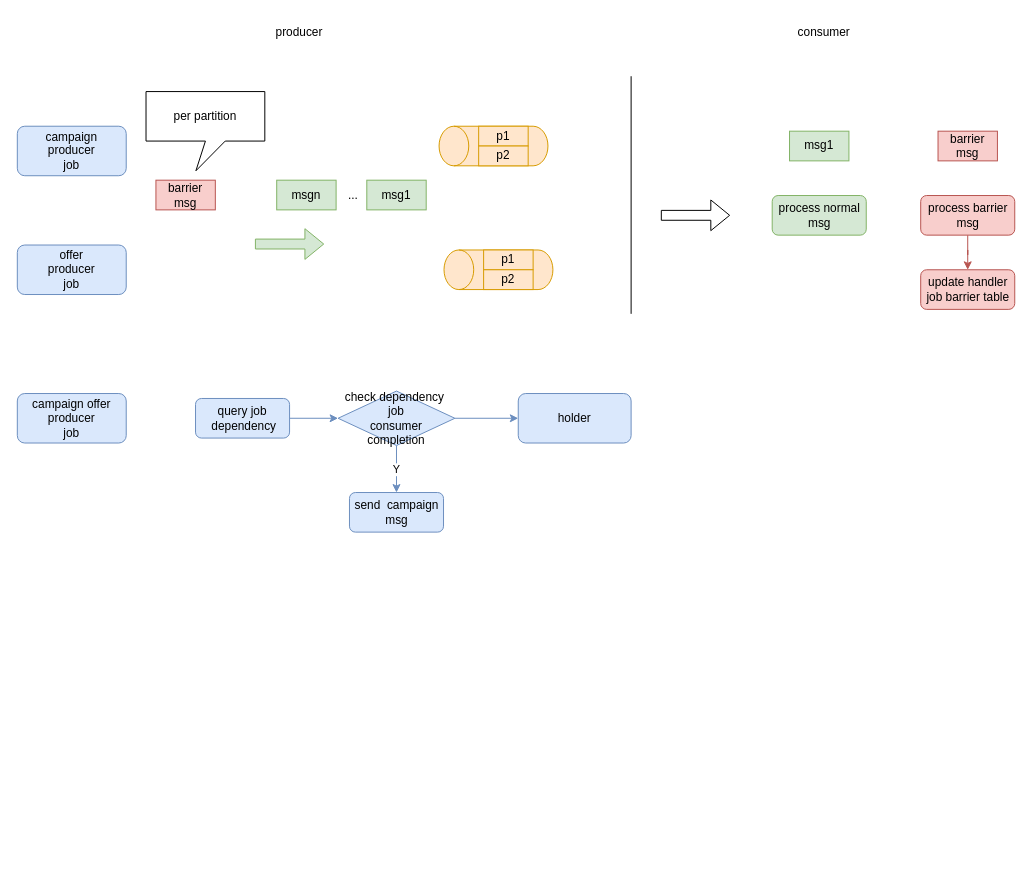
Above: techlab/handler dependency.drawio in qiufang1314/drawio (draw.io), before the change. Source tidied: cells renumbered, new cells numbered last; positions are measured from the earlier drawing's top-left corner, leaving out a move shared by most shapes. Both pictures are drawn from the tidied source at 99%, with x=0, y=0 at pixel (17, 17).
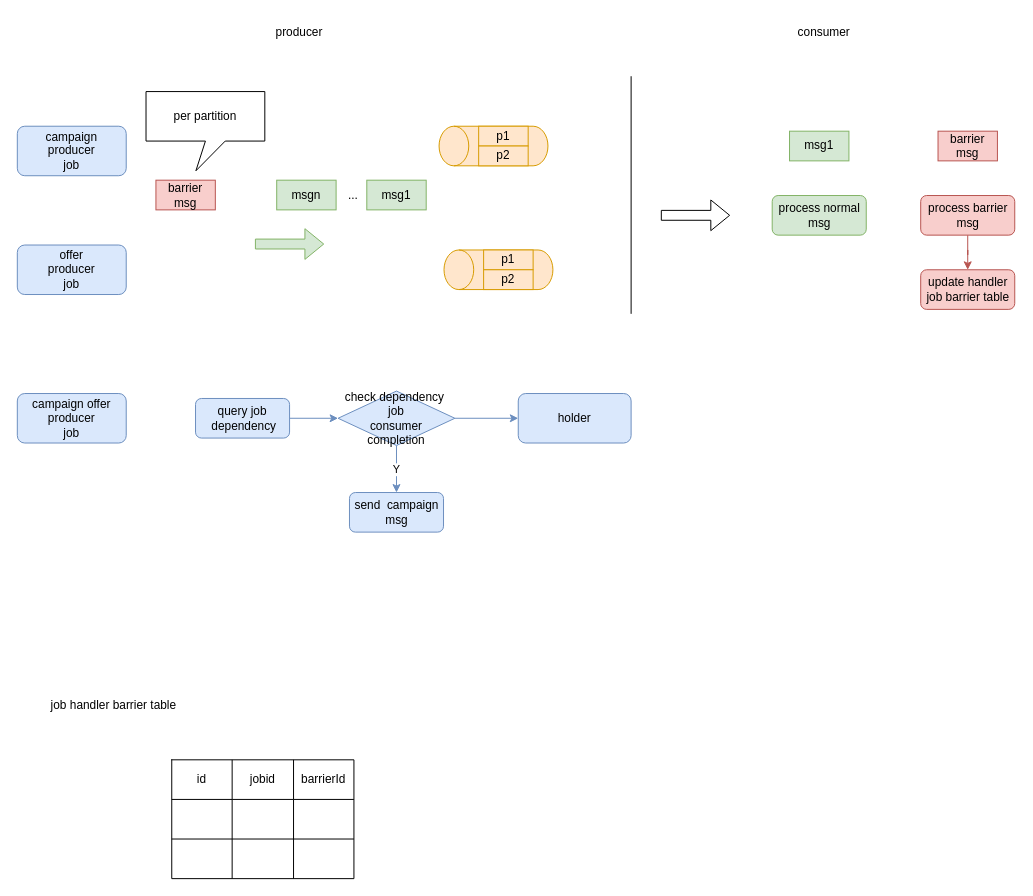
After the change.

Change to the diagram source:
```diff
@@
+    <mxCell id="34" value="job handler barrier table" style="text;html=1;strokeColor=none;fillColor=none;align=center;verticalAlign=middle;whiteSpace=wrap;rounded=0;" parent="1" vertex="1">
+      <mxGeometry x="25" y="680" width="145" height="30" as="geometry" />
+    </mxCell>
+    <mxCell id="35" style="shape=table;html=1;whiteSpace=wrap;startSize=0;childLayout=tableLayout;" parent="1" vertex="1">
+      <mxGeometry x="156" y="750" width="184" height="120" as="geometry" />
+    </mxCell>
+    <mxCell id="36" style="shape=tableRow;horizontal=0;startSize=0;swimlaneHead=0;swimlaneBody=0;top=0;left=0;bottom=0;right=0;fillColor=none;" parent="35" vertex="1">
+      <mxGeometry width="184" height="40" as="geometry" />
+    </mxCell>
+    <mxCell id="37" value="id" style="shape=partialRectangle;html=1;whiteSpace=wrap;fillColor=none;top=0;left=0;bottom=0;right=0;overflow=hidden;" parent="36" vertex="1">
+      <mxGeometry width="61" height="40" as="geometry" />
+    </mxCell>
+    <mxCell id="38" value="jobid" style="shape=partialRectangle;html=1;whiteSpace=wrap;fillColor=none;top=0;left=0;bottom=0;right=0;overflow=hidden;" parent="36" vertex="1">
+      <mxGeometry x="61" width="62" height="40" as="geometry" />
+    </mxCell>
+    <mxCell id="39" value="barrierId" style="shape=partialRectangle;html=1;whiteSpace=wrap;fillColor=none;top=0;left=0;bottom=0;right=0;overflow=hidden;" parent="36" vertex="1">
+      <mxGeometry x="123" width="61" height="40" as="geometry" />
+    </mxCell>
+    <mxCell id="40" style="shape=tableRow;horizontal=0;startSize=0;swimlaneHead=0;swimlaneBody=0;top=0;left=0;bottom=0;right=0;fillColor=none;" parent="35" vertex="1">
+      <mxGeometry y="40" width="184" height="40" as="geometry" />
+    </mxCell>
+    <mxCell id="41" style="shape=partialRectangle;html=1;whiteSpace=wrap;fillColor=none;top=0;left=0;bottom=0;right=0;overflow=hidden;" parent="40" vertex="1">
+      <mxGeometry width="61" height="40" as="geometry" />
+    </mxCell>
+    <mxCell id="42" style="shape=partialRectangle;html=1;whiteSpace=wrap;fillColor=none;top=0;left=0;bottom=0;right=0;overflow=hidden;" parent="40" vertex="1">
+      <mxGeometry x="61" width="62" height="40" as="geometry" />
+    </mxCell>
+    <mxCell id="43" style="shape=partialRectangle;html=1;whiteSpace=wrap;fillColor=none;top=0;left=0;bottom=0;right=0;overflow=hidden;" parent="40" vertex="1">
+      <mxGeometry x="123" width="61" height="40" as="geometry" />
+    </mxCell>
+    <mxCell id="44" style="shape=tableRow;horizontal=0;startSize=0;swimlaneHead=0;swimlaneBody=0;top=0;left=0;bottom=0;right=0;fillColor=none;" parent="35" vertex="1">
+      <mxGeometry y="80" width="184" height="40" as="geometry" />
+    </mxCell>
+    <mxCell id="45" style="shape=partialRectangle;html=1;whiteSpace=wrap;fillColor=none;top=0;left=0;bottom=0;right=0;overflow=hidden;" parent="44" vertex="1">
+      <mxGeometry width="61" height="40" as="geometry" />
+    </mxCell>
+    <mxCell id="46" style="shape=partialRectangle;html=1;whiteSpace=wrap;fillColor=none;top=0;left=0;bottom=0;right=0;overflow=hidden;" parent="44" vertex="1">
+      <mxGeometry x="61" width="62" height="40" as="geometry" />
+    </mxCell>
+    <mxCell id="47" style="shape=partialRectangle;html=1;whiteSpace=wrap;fillColor=none;top=0;left=0;bottom=0;right=0;overflow=hidden;" parent="44" vertex="1">
+      <mxGeometry x="123" width="61" height="40" as="geometry" />
+    </mxCell>
```
